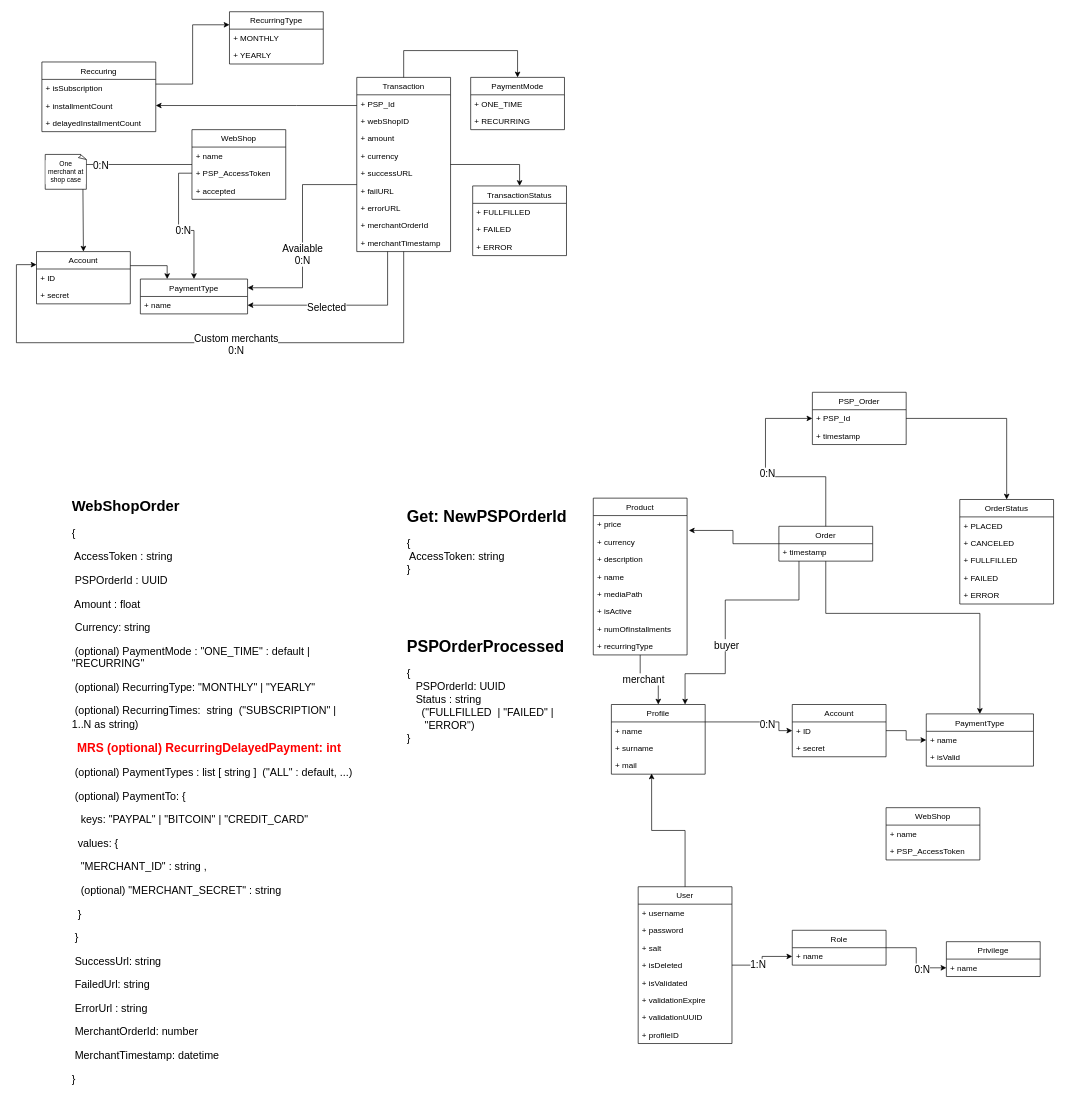
One-E2-Team/ubiquitous-payment keeps this draw.io diagram as uml/model.drawio. Above is the earlier version. Source tidied: cells renumbered, new cells numbered last; positions are measured from the earlier drawing's top-left corner, leaving out a move shared by most shapes. Both pictures are drawn from the tidied source at 67%, with x=0, y=0 at pixel (16, 11).
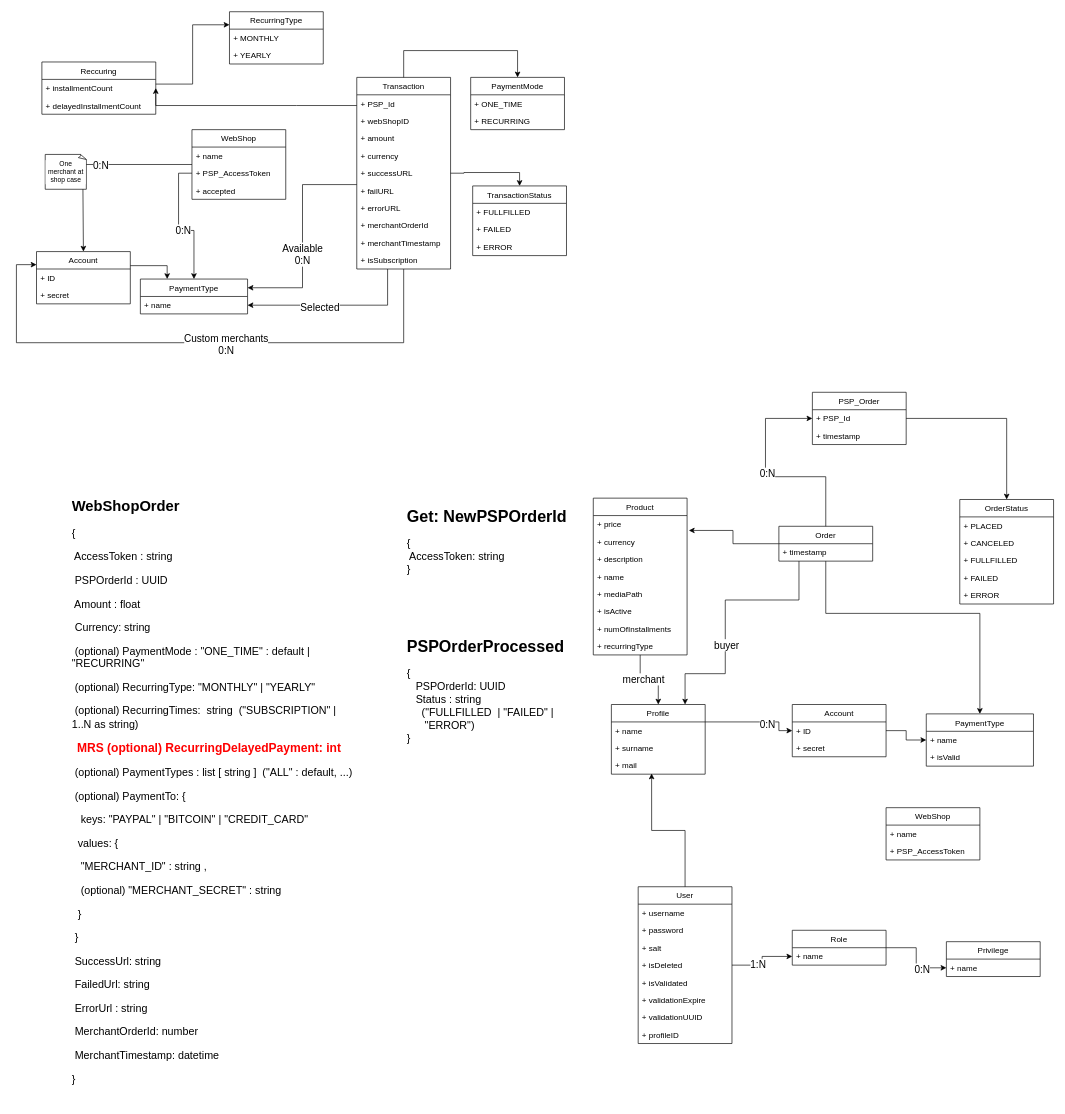
After the change.

Commit message:
isSubscription moved to transaction

The edit, as a diff of the source:
```diff
@@
     <mxCell id="91" value="Transaction" style="swimlane;fontStyle=0;horizontal=1;startSize=26;fillColor=none;fontSize=12;" parent="1" vertex="1">
-      <mxGeometry x="508" y="98" width="140" height="260" as="geometry" />
+      <mxGeometry x="508" y="98" width="140" height="286" as="geometry" />
     </mxCell>
@@
+    <mxCell id="109" value="+ isSubscription" style="text;strokeColor=none;fillColor=none;align=left;verticalAlign=top;spacingLeft=4;spacingRight=4;overflow=hidden;fontSize=12;" parent="91" vertex="1">
+      <mxGeometry y="260" width="140" height="26" as="geometry" />
+    </mxCell>
@@
     <mxCell id="108" value="Reccuring" style="swimlane;fontStyle=0;horizontal=1;startSize=26;fillColor=none;fontSize=12;" parent="1" vertex="1">
-      <mxGeometry x="38" y="75" width="170" height="104" as="geometry" />
+      <mxGeometry x="38" y="75" width="170" height="78" as="geometry" />
     </mxCell>
-    <mxCell id="109" value="+ isSubscription" style="text;strokeColor=none;fillColor=none;align=left;verticalAlign=top;spacingLeft=4;spacingRight=4;overflow=hidden;fontSize=12;" parent="108" vertex="1">
-      <mxGeometry y="26" width="170" height="26" as="geometry" />
-    </mxCell>
     <mxCell id="110" value="+ installmentCount" style="text;strokeColor=none;fillColor=none;align=left;verticalAlign=top;spacingLeft=4;spacingRight=4;overflow=hidden;points=[[0,0.5],[1,0.5]];portConstraint=eastwest;fontSize=12;" parent="108" vertex="1">
-      <mxGeometry y="52" width="170" height="26" as="geometry" />
+      <mxGeometry y="26" width="170" height="26" as="geometry" />
     </mxCell>
     <mxCell id="111" value="+ delayedInstallmentCount" style="text;strokeColor=none;fillColor=none;align=left;verticalAlign=top;spacingLeft=4;spacingRight=4;overflow=hidden;fontSize=12;" parent="108" vertex="1">
-      <mxGeometry y="78" width="170" height="26" as="geometry" />
+      <mxGeometry y="52" width="170" height="26" as="geometry" />
     </mxCell>
```
